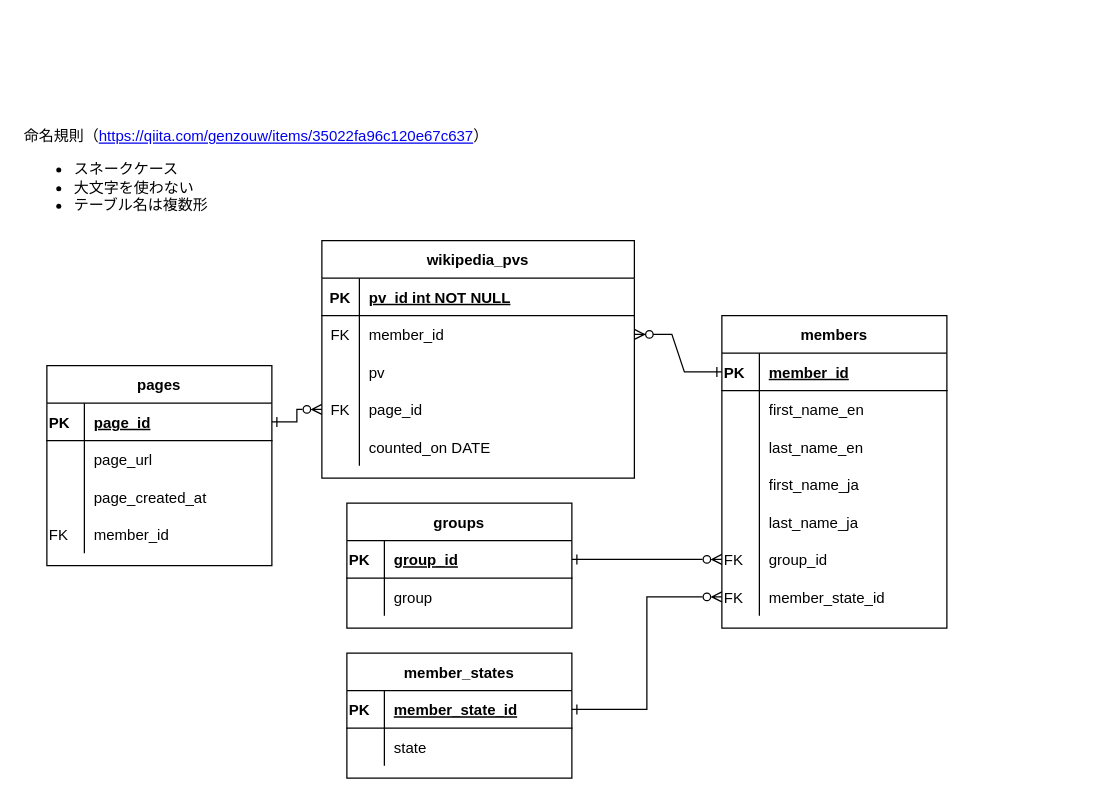
Above: db/ER/Untitled Diagram.drawio in takahito-0398/webapp01 (draw.io), before the change. Source tidied: cells renumbered, new cells numbered last; positions are measured from the earlier drawing's top-left corner, leaving out a move shared by most shapes. Both pictures are drawn from the tidied source at 125%, with x=0, y=0 at pixel (21, 140).
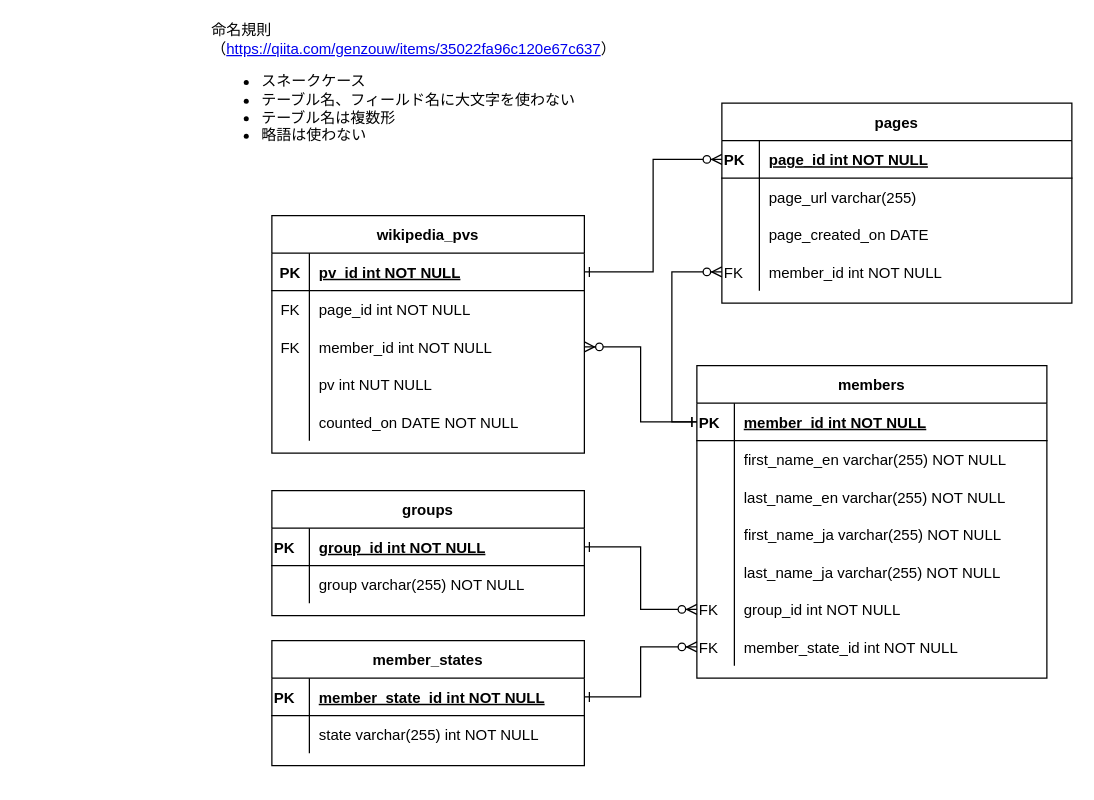
Above is the later version.

The change refers to these unchanged cells:
```xml
<mxCell id="4" style="shape=partialRectangle;fillColor=none;points=[[0,0.5],[1,0.5]];portConstraint=eastwest;top=0;left=0;right=0;bottom=1;" parent="3" vertex="1">
  <mxGeometry y="30" width="250" height="30" as="geometry" />
</mxCell>
<mxCell id="16" style="shape=partialRectangle;fillColor=none;top=0;left=0;right=0;bottom=0;" parent="3" vertex="1">
  <mxGeometry y="150" width="250" height="30" as="geometry" />
</mxCell>
```

The edit, as a diff of the source:
```diff
@@
-    <mxCell id="2" style="edgeStyle=entityRelationEdgeStyle;endArrow=ERone;startArrow=ERzeroToMany;endFill=0;startFill=1;entryX=0;entryY=0.5;entryDx=0;entryDy=0;exitX=1;exitY=0.5;exitDx=0;exitDy=0;rounded=0;" parent="1" edge="1" source="7" target="34">
-      <mxGeometry relative="1" as="geometry" />
-    </mxCell>
     <mxCell id="3" value="wikipedia_pvs" style="shape=table;startSize=30;childLayout=tableLayout;rowLines=0;fontStyle=1;align=center;" parent="1" vertex="1">
-      <mxGeometry x="240" y="80" width="250" height="190" as="geometry" />
+      <mxGeometry x="200" y="60" width="250" height="190" as="geometry" />
     </mxCell>
@@
+    <mxCell id="13" style="shape=partialRectangle;fillColor=none;points=[[0,0.5],[1,0.5]];portConstraint=eastwest;top=0;left=0;right=0;bottom=0;" parent="3" vertex="1">
+      <mxGeometry y="60" width="250" height="30" as="geometry" />
+    </mxCell>
+    <mxCell id="14" value="FK" style="shape=partialRectangle;overflow=hidden;fillColor=none;top=0;left=0;bottom=0;right=0;fontStyle=0;" parent="13" vertex="1">
+      <mxGeometry width="30" height="30" as="geometry" />
+    </mxCell>
+    <mxCell id="15" value="page_id int NOT NULL" style="shape=partialRectangle;overflow=hidden;fillColor=none;top=0;left=0;bottom=0;right=0;align=left;spacingLeft=6;" parent="13" vertex="1">
+      <mxGeometry x="30" width="220" height="30" as="geometry" />
+    </mxCell>
     <mxCell id="7" style="shape=partialRectangle;fillColor=none;points=[[0,0.5],[1,0.5]];portConstraint=eastwest;top=0;left=0;right=0;bottom=0;" parent="3" vertex="1">
-      <mxGeometry y="60" width="250" height="30" as="geometry" />
+      <mxGeometry y="90" width="250" height="30" as="geometry" />
     </mxCell>
@@
-    <mxCell id="9" value="member_id" style="shape=partialRectangle;overflow=hidden;fillColor=none;top=0;left=0;bottom=0;right=0;align=left;spacingLeft=6;" parent="7" vertex="1">
+    <mxCell id="9" value="member_id int NOT NULL" style="shape=partialRectangle;overflow=hidden;fillColor=none;top=0;left=0;bottom=0;right=0;align=left;spacingLeft=6;" parent="7" vertex="1">
       <mxGeometry x="30" width="220" height="30" as="geometry" />
     </mxCell>
     <mxCell id="10" style="shape=partialRectangle;fillColor=none;top=0;left=0;right=0;bottom=0;" parent="3" vertex="1">
-      <mxGeometry y="90" width="250" height="30" as="geometry" />
+      <mxGeometry y="120" width="250" height="30" as="geometry" />
     </mxCell>
@@
-    <mxCell id="12" value="pv" style="shape=partialRectangle;overflow=hidden;fillColor=none;top=0;left=0;bottom=0;right=0;align=left;spacingLeft=6;" parent="10" vertex="1">
+    <mxCell id="12" value="pv int NUT NULL" style="shape=partialRectangle;overflow=hidden;fillColor=none;top=0;left=0;bottom=0;right=0;align=left;spacingLeft=6;" parent="10" vertex="1">
       <mxGeometry x="30" width="220" height="30" as="geometry" />
     </mxCell>
-    <mxCell id="13" style="shape=partialRectangle;fillColor=none;points=[[0,0.5],[1,0.5]];portConstraint=eastwest;top=0;left=0;right=0;bottom=0;" parent="3" vertex="1">
-      <mxGeometry y="120" width="250" height="30" as="geometry" />
-    </mxCell>
-    <mxCell id="14" value="FK" style="shape=partialRectangle;overflow=hidden;fillColor=none;top=0;left=0;bottom=0;right=0;fontStyle=0;" parent="13" vertex="1">
-      <mxGeometry width="30" height="30" as="geometry" />
-    </mxCell>
-    <mxCell id="15" value="page_id" style="shape=partialRectangle;overflow=hidden;fillColor=none;top=0;left=0;bottom=0;right=0;align=left;spacingLeft=6;" parent="13" vertex="1">
-      <mxGeometry x="30" width="220" height="30" as="geometry" />
-    </mxCell>
@@
-    <mxCell id="18" value="counted_on DATE" style="shape=partialRectangle;overflow=hidden;fillColor=none;top=0;left=0;bottom=0;right=0;align=left;spacingLeft=6;" parent="16" vertex="1">
+    <mxCell id="18" value="counted_on DATE NOT NULL" style="shape=partialRectangle;overflow=hidden;fillColor=none;top=0;left=0;bottom=0;right=0;align=left;spacingLeft=6;" parent="16" vertex="1">
       <mxGeometry x="30" width="220" height="30" as="geometry" />
     </mxCell>
-    <mxCell id="19" value="命名規則（&lt;a href=&quot;https://qiita.com/genzouw/items/35022fa96c120e67c637&quot;&gt;https://qiita.com/genzouw/items/35022fa96c120e67c637&lt;/a&gt;）&lt;br&gt;&lt;ul&gt;&lt;li&gt;スネークケース&lt;/li&gt;&lt;li&gt;大文字を使わない&lt;/li&gt;&lt;li&gt;テーブル名は複数形&lt;/li&gt;&lt;/ul&gt;" style="text;html=1;strokeColor=none;fillColor=none;align=left;verticalAlign=middle;whiteSpace=wrap;rounded=0;" parent="1" vertex="1">
-      <mxGeometry width="630" height="60" as="geometry" />
+    <mxCell id="19" value="命名規則（&lt;a href=&quot;https://qiita.com/genzouw/items/35022fa96c120e67c637&quot;&gt;https://qiita.com/genzouw/items/35022fa96c120e67c637&lt;/a&gt;）&lt;br&gt;&lt;ul&gt;&lt;li&gt;スネークケース&lt;/li&gt;&lt;li&gt;テーブル名、フィールド名に大文字を使わない&lt;/li&gt;&lt;li&gt;テーブル名は複数形&lt;/li&gt;&lt;li&gt;略語は使わない&lt;/li&gt;&lt;/ul&gt;" style="text;html=1;strokeColor=none;fillColor=none;align=left;verticalAlign=middle;whiteSpace=wrap;rounded=0;" parent="1" vertex="1">
+      <mxGeometry x="150" y="-70" width="370" height="60" as="geometry" />
     </mxCell>
     <mxCell id="20" value="pages" style="shape=table;startSize=30;childLayout=tableLayout;rowLines=0;fontStyle=1;align=center;" parent="1" vertex="1">
-      <mxGeometry x="20" y="180" width="180" height="160" as="geometry" />
+      <mxGeometry x="560" y="-30" width="280" height="160" as="geometry" />
     </mxCell>
     <mxCell id="21" style="shape=partialRectangle;fillColor=none;top=0;left=0;bottom=1;right=0;points=[[0,0.5],[1,0.5]];portConstraint=eastwest;align=left;" parent="20" vertex="1">
-      <mxGeometry y="30" width="180" height="30" as="geometry" />
+      <mxGeometry y="30" width="280" height="30" as="geometry" />
     </mxCell>
@@
-    <mxCell id="23" value="page_id" style="shape=partialRectangle;fillColor=none;top=0;left=0;bottom=0;right=0;align=left;spacingLeft=6;fontStyle=5;overflow=hidden;" parent="21" vertex="1">
-      <mxGeometry x="30" width="150" height="30" as="geometry" />
+    <mxCell id="23" value="page_id int NOT NULL" style="shape=partialRectangle;fillColor=none;top=0;left=0;bottom=0;right=0;align=left;spacingLeft=6;fontStyle=5;overflow=hidden;" parent="21" vertex="1">
+      <mxGeometry x="30" width="250" height="30" as="geometry" />
     </mxCell>
     <mxCell id="24" style="shape=partialRectangle;fillColor=none;top=0;left=0;bottom=0;right=0;align=left;" parent="20" vertex="1">
-      <mxGeometry y="60" width="180" height="30" as="geometry" />
+      <mxGeometry y="60" width="280" height="30" as="geometry" />
     </mxCell>
@@
-    <mxCell id="26" value="page_url" style="shape=partialRectangle;fillColor=none;top=0;left=0;bottom=0;right=0;align=left;spacingLeft=6;overflow=hidden;" parent="24" vertex="1">
-      <mxGeometry x="30" width="150" height="30" as="geometry" />
+    <mxCell id="26" value="page_url varchar(255)" style="shape=partialRectangle;fillColor=none;top=0;left=0;bottom=0;right=0;align=left;spacingLeft=6;overflow=hidden;" parent="24" vertex="1">
+      <mxGeometry x="30" width="250" height="30" as="geometry" />
     </mxCell>
     <mxCell id="27" style="shape=partialRectangle;fillColor=none;top=0;left=0;bottom=0;right=0;align=left;" parent="20" vertex="1">
-      <mxGeometry y="90" width="180" height="30" as="geometry" />
+      <mxGeometry y="90" width="280" height="30" as="geometry" />
     </mxCell>
@@
-    <mxCell id="29" value="page_created_at" style="shape=partialRectangle;fillColor=none;top=0;left=0;bottom=0;right=0;align=left;spacingLeft=6;overflow=hidden;" parent="27" vertex="1">
-      <mxGeometry x="30" width="150" height="30" as="geometry" />
+    <mxCell id="29" value="page_created_on DATE" style="shape=partialRectangle;fillColor=none;top=0;left=0;bottom=0;right=0;align=left;spacingLeft=6;overflow=hidden;" parent="27" vertex="1">
+      <mxGeometry x="30" width="250" height="30" as="geometry" />
     </mxCell>
     <mxCell id="30" style="shape=partialRectangle;fillColor=none;top=0;left=0;bottom=0;right=0;points=[[0,0.5],[1,0.5]];portConstraint=eastwest;align=left;" parent="20" vertex="1">
-      <mxGeometry y="120" width="180" height="30" as="geometry" />
+      <mxGeometry y="120" width="280" height="30" as="geometry" />
     </mxCell>
@@
-    <mxCell id="32" value="member_id" style="shape=partialRectangle;fillColor=none;top=0;left=0;bottom=0;right=0;align=left;spacingLeft=6;overflow=hidden;" parent="30" vertex="1">
-      <mxGeometry x="30" width="150" height="30" as="geometry" />
+    <mxCell id="32" value="member_id int NOT NULL" style="shape=partialRectangle;fillColor=none;top=0;left=0;bottom=0;right=0;align=left;spacingLeft=6;overflow=hidden;" parent="30" vertex="1">
+      <mxGeometry x="30" width="250" height="30" as="geometry" />
     </mxCell>
     <mxCell id="33" value="members" style="shape=table;startSize=30;childLayout=tableLayout;rowLines=0;fontStyle=1;align=center;" parent="1" vertex="1">
-      <mxGeometry x="560" y="140" width="180" height="250" as="geometry" />
+      <mxGeometry x="540" y="180" width="280" height="250" as="geometry" />
     </mxCell>
     <mxCell id="34" style="shape=partialRectangle;fillColor=none;top=0;left=0;bottom=1;right=0;points=[[0,0.5],[1,0.5]];portConstraint=eastwest;align=left;" parent="33" vertex="1">
-      <mxGeometry y="30" width="180" height="30" as="geometry" />
+      <mxGeometry y="30" width="280" height="30" as="geometry" />
     </mxCell>
@@
-    <mxCell id="36" value="member_id" style="shape=partialRectangle;fillColor=none;top=0;left=0;bottom=0;right=0;align=left;spacingLeft=6;fontStyle=5;overflow=hidden;" parent="34" vertex="1">
-      <mxGeometry x="30" width="150" height="30" as="geometry" />
+    <mxCell id="36" value="member_id int NOT NULL" style="shape=partialRectangle;fillColor=none;top=0;left=0;bottom=0;right=0;align=left;spacingLeft=6;fontStyle=5;overflow=hidden;" parent="34" vertex="1">
+      <mxGeometry x="30" width="250" height="30" as="geometry" />
     </mxCell>
     <mxCell id="37" style="shape=partialRectangle;fillColor=none;top=0;left=0;bottom=0;right=0;align=left;" parent="33" vertex="1">
-      <mxGeometry y="60" width="180" height="30" as="geometry" />
+      <mxGeometry y="60" width="280" height="30" as="geometry" />
     </mxCell>
@@
-    <mxCell id="39" value="first_name_en" style="shape=partialRectangle;fillColor=none;top=0;left=0;bottom=0;right=0;align=left;spacingLeft=6;overflow=hidden;" parent="37" vertex="1">
-      <mxGeometry x="30" width="150" height="30" as="geometry" />
+    <mxCell id="39" value="first_name_en varchar(255) NOT NULL" style="shape=partialRectangle;fillColor=none;top=0;left=0;bottom=0;right=0;align=left;spacingLeft=6;overflow=hidden;" parent="37" vertex="1">
+      <mxGeometry x="30" width="250" height="30" as="geometry" />
     </mxCell>
     <mxCell id="40" style="shape=partialRectangle;fillColor=none;top=0;left=0;bottom=0;right=0;align=left;" parent="33" vertex="1">
-      <mxGeometry y="90" width="180" height="30" as="geometry" />
+      <mxGeometry y="90" width="280" height="30" as="geometry" />
     </mxCell>
@@
-    <mxCell id="42" value="last_name_en" style="shape=partialRectangle;fillColor=none;top=0;left=0;bottom=0;right=0;align=left;spacingLeft=6;overflow=hidden;" parent="40" vertex="1">
-      <mxGeometry x="30" width="150" height="30" as="geometry" />
+    <mxCell id="42" value="last_name_en varchar(255) NOT NULL" style="shape=partialRectangle;fillColor=none;top=0;left=0;bottom=0;right=0;align=left;spacingLeft=6;overflow=hidden;" parent="40" vertex="1">
+      <mxGeometry x="30" width="250" height="30" as="geometry" />
     </mxCell>
     <mxCell id="43" style="shape=partialRectangle;fillColor=none;top=0;left=0;bottom=0;right=0;align=left;" parent="33" vertex="1">
-      <mxGeometry y="120" width="180" height="30" as="geometry" />
+      <mxGeometry y="120" width="280" height="30" as="geometry" />
     </mxCell>
@@
-    <mxCell id="45" value="first_name_ja" style="shape=partialRectangle;fillColor=none;top=0;left=0;bottom=0;right=0;align=left;spacingLeft=6;overflow=hidden;" parent="43" vertex="1">
-      <mxGeometry x="30" width="150" height="30" as="geometry" />
+    <mxCell id="45" value="first_name_ja varchar(255) NOT NULL" style="shape=partialRectangle;fillColor=none;top=0;left=0;bottom=0;right=0;align=left;spacingLeft=6;overflow=hidden;" parent="43" vertex="1">
+      <mxGeometry x="30" width="250" height="30" as="geometry" />
     </mxCell>
     <mxCell id="46" style="shape=partialRectangle;fillColor=none;top=0;left=0;bottom=0;right=0;align=left;" parent="33" vertex="1">
-      <mxGeometry y="150" width="180" height="30" as="geometry" />
+      <mxGeometry y="150" width="280" height="30" as="geometry" />
     </mxCell>
@@
-    <mxCell id="48" value="last_name_ja" style="shape=partialRectangle;fillColor=none;top=0;left=0;bottom=0;right=0;align=left;spacingLeft=6;overflow=hidden;" parent="46" vertex="1">
-      <mxGeometry x="30" width="150" height="30" as="geometry" />
+    <mxCell id="48" value="last_name_ja varchar(255) NOT NULL" style="shape=partialRectangle;fillColor=none;top=0;left=0;bottom=0;right=0;align=left;spacingLeft=6;overflow=hidden;" parent="46" vertex="1">
+      <mxGeometry x="30" width="250" height="30" as="geometry" />
     </mxCell>
     <mxCell id="49" style="shape=partialRectangle;fillColor=none;top=0;left=0;bottom=0;right=0;points=[[0,0.5],[1,0.5]];portConstraint=eastwest;align=left;" parent="33" vertex="1">
-      <mxGeometry y="180" width="180" height="30" as="geometry" />
+      <mxGeometry y="180" width="280" height="30" as="geometry" />
     </mxCell>
@@
-    <mxCell id="51" value="group_id" style="shape=partialRectangle;fillColor=none;top=0;left=0;bottom=0;right=0;align=left;spacingLeft=6;overflow=hidden;" parent="49" vertex="1">
-      <mxGeometry x="30" width="150" height="30" as="geometry" />
+    <mxCell id="51" value="group_id int NOT NULL" style="shape=partialRectangle;fillColor=none;top=0;left=0;bottom=0;right=0;align=left;spacingLeft=6;overflow=hidden;" parent="49" vertex="1">
+      <mxGeometry x="30" width="250" height="30" as="geometry" />
     </mxCell>
     <mxCell id="52" style="shape=partialRectangle;fillColor=none;top=0;left=0;bottom=0;right=0;points=[[0,0.5],[1,0.5]];portConstraint=eastwest;align=left;" parent="33" vertex="1">
-      <mxGeometry y="210" width="180" height="30" as="geometry" />
+      <mxGeometry y="210" width="280" height="30" as="geometry" />
     </mxCell>
@@
-    <mxCell id="54" value="member_state_id" style="shape=partialRectangle;fillColor=none;top=0;left=0;bottom=0;right=0;align=left;spacingLeft=6;overflow=hidden;" parent="52" vertex="1">
-      <mxGeometry x="30" width="150" height="30" as="geometry" />
+    <mxCell id="54" value="member_state_id int NOT NULL" style="shape=partialRectangle;fillColor=none;top=0;left=0;bottom=0;right=0;align=left;spacingLeft=6;overflow=hidden;" parent="52" vertex="1">
+      <mxGeometry x="30" width="250" height="30" as="geometry" />
     </mxCell>
     <mxCell id="55" value="groups" style="shape=table;startSize=30;childLayout=tableLayout;rowLines=0;fontStyle=1;align=center;" parent="1" vertex="1">
-      <mxGeometry x="260" y="290" width="180" height="100" as="geometry" />
+      <mxGeometry x="200" y="280" width="250" height="100" as="geometry" />
     </mxCell>
     <mxCell id="56" style="shape=partialRectangle;fillColor=none;top=0;left=0;bottom=1;right=0;points=[[0,0.5],[1,0.5]];portConstraint=eastwest;align=left;" parent="55" vertex="1">
-      <mxGeometry y="30" width="180" height="30" as="geometry" />
+      <mxGeometry y="30" width="250" height="30" as="geometry" />
     </mxCell>
@@
-    <mxCell id="58" value="group_id" style="shape=partialRectangle;fillColor=none;top=0;left=0;bottom=0;right=0;align=left;spacingLeft=6;fontStyle=5;overflow=hidden;" parent="56" vertex="1">
-      <mxGeometry x="30" width="150" height="30" as="geometry" />
+    <mxCell id="58" value="group_id int NOT NULL" style="shape=partialRectangle;fillColor=none;top=0;left=0;bottom=0;right=0;align=left;spacingLeft=6;fontStyle=5;overflow=hidden;" parent="56" vertex="1">
+      <mxGeometry x="30" width="220" height="30" as="geometry" />
     </mxCell>
     <mxCell id="59" style="shape=partialRectangle;fillColor=none;top=0;left=0;bottom=0;right=0;align=left;" parent="55" vertex="1">
-      <mxGeometry y="60" width="180" height="30" as="geometry" />
+      <mxGeometry y="60" width="250" height="30" as="geometry" />
     </mxCell>
@@
-    <mxCell id="61" value="group" style="shape=partialRectangle;fillColor=none;top=0;left=0;bottom=0;right=0;align=left;spacingLeft=6;overflow=hidden;" parent="59" vertex="1">
-      <mxGeometry x="30" width="150" height="30" as="geometry" />
+    <mxCell id="61" value="group varchar(255) NOT NULL" style="shape=partialRectangle;fillColor=none;top=0;left=0;bottom=0;right=0;align=left;spacingLeft=6;overflow=hidden;" parent="59" vertex="1">
+      <mxGeometry x="30" width="220" height="30" as="geometry" />
     </mxCell>
     <mxCell id="62" value="member_states" style="shape=table;startSize=30;childLayout=tableLayout;rowLines=0;fontStyle=1;align=center;" parent="1" vertex="1">
-      <mxGeometry x="260" y="410" width="180" height="100" as="geometry" />
+      <mxGeometry x="200" y="400" width="250" height="100" as="geometry" />
     </mxCell>
     <mxCell id="63" style="shape=partialRectangle;fillColor=none;top=0;left=0;bottom=1;right=0;points=[[0,0.5],[1,0.5]];portConstraint=eastwest;align=left;" parent="62" vertex="1">
-      <mxGeometry y="30" width="180" height="30" as="geometry" />
+      <mxGeometry y="30" width="250" height="30" as="geometry" />
     </mxCell>
@@
-    <mxCell id="65" value="member_state_id" style="shape=partialRectangle;fillColor=none;top=0;left=0;bottom=0;right=0;align=left;spacingLeft=6;fontStyle=5;overflow=hidden;" parent="63" vertex="1">
-      <mxGeometry x="30" width="150" height="30" as="geometry" />
+    <mxCell id="65" value="member_state_id int NOT NULL" style="shape=partialRectangle;fillColor=none;top=0;left=0;bottom=0;right=0;align=left;spacingLeft=6;fontStyle=5;overflow=hidden;" parent="63" vertex="1">
+      <mxGeometry x="30" width="220" height="30" as="geometry" />
     </mxCell>
     <mxCell id="66" style="shape=partialRectangle;fillColor=none;top=0;left=0;bottom=0;right=0;align=left;" parent="62" vertex="1">
-      <mxGeometry y="60" width="180" height="30" as="geometry" />
+      <mxGeometry y="60" width="250" height="30" as="geometry" />
     </mxCell>
@@
-    <mxCell id="68" value="state" style="shape=partialRectangle;fillColor=none;top=0;left=0;bottom=0;right=0;align=left;spacingLeft=6;overflow=hidden;" parent="66" vertex="1">
-      <mxGeometry x="30" width="150" height="30" as="geometry" />
+    <mxCell id="68" value="state varchar(255) int NOT NULL" style="shape=partialRectangle;fillColor=none;top=0;left=0;bottom=0;right=0;align=left;spacingLeft=6;overflow=hidden;" parent="66" vertex="1">
+      <mxGeometry x="30" width="220" height="30" as="geometry" />
     </mxCell>
-    <mxCell id="69" style="edgeStyle=orthogonalEdgeStyle;rounded=0;jettySize=auto;html=1;entryX=0;entryY=0.5;entryDx=0;entryDy=0;startArrow=ERone;startFill=0;endArrow=ERzeroToMany;endFill=0;" parent="1" edge="1" source="56" target="49">
-      <mxGeometry relative="1" as="geometry" />
-    </mxCell>
-    <mxCell id="70" style="edgeStyle=orthogonalEdgeStyle;rounded=0;jettySize=auto;html=1;entryX=0;entryY=0.5;entryDx=0;entryDy=0;startArrow=ERone;startFill=0;endArrow=ERzeroToMany;endFill=0;" parent="1" edge="1" source="63" target="52">
-      <mxGeometry relative="1" as="geometry" />
-    </mxCell>
-    <mxCell id="71" style="edgeStyle=orthogonalEdgeStyle;rounded=0;jettySize=auto;html=1;entryX=0;entryY=0.5;entryDx=0;entryDy=0;startArrow=ERone;startFill=0;endArrow=ERzeroToMany;endFill=0;" parent="1" edge="1" source="21" target="13">
-      <mxGeometry relative="1" as="geometry" />
-    </mxCell>
+    <mxCell id="72" style="edgeStyle=orthogonalEdgeStyle;rounded=0;jettySize=auto;html=1;startArrow=ERzeroToMany;startFill=1;endArrow=ERone;endFill=0;" parent="1" edge="1" source="49" target="56">
+      <mxGeometry relative="1" as="geometry" />
+    </mxCell>
+    <mxCell id="73" style="edgeStyle=orthogonalEdgeStyle;rounded=0;jettySize=auto;html=1;startArrow=ERzeroToMany;startFill=1;endArrow=ERone;endFill=0;" parent="1" edge="1" source="52" target="63">
+      <mxGeometry relative="1" as="geometry" />
+    </mxCell>
+    <mxCell id="74" style="edgeStyle=orthogonalEdgeStyle;rounded=0;jettySize=auto;html=1;startArrow=ERzeroToMany;startFill=1;endArrow=ERone;endFill=0;" parent="1" edge="1" source="21" target="4">
+      <mxGeometry relative="1" as="geometry" />
+    </mxCell>
+    <mxCell id="2" style="edgeStyle=orthogonalEdgeStyle;rounded=0;jettySize=auto;html=1;startArrow=ERzeroToMany;startFill=1;endArrow=ERone;endFill=0;" parent="1" edge="1" source="7" target="34">
+      <mxGeometry relative="1" as="geometry" />
+    </mxCell>
+    <mxCell id="75" style="edgeStyle=orthogonalEdgeStyle;rounded=0;jettySize=auto;html=1;entryX=0;entryY=0.5;entryDx=0;entryDy=0;startArrow=ERzeroToMany;startFill=1;endArrow=ERone;endFill=0;" parent="1" edge="1" source="30" target="34">
+      <mxGeometry relative="1" as="geometry" />
+    </mxCell>
```
